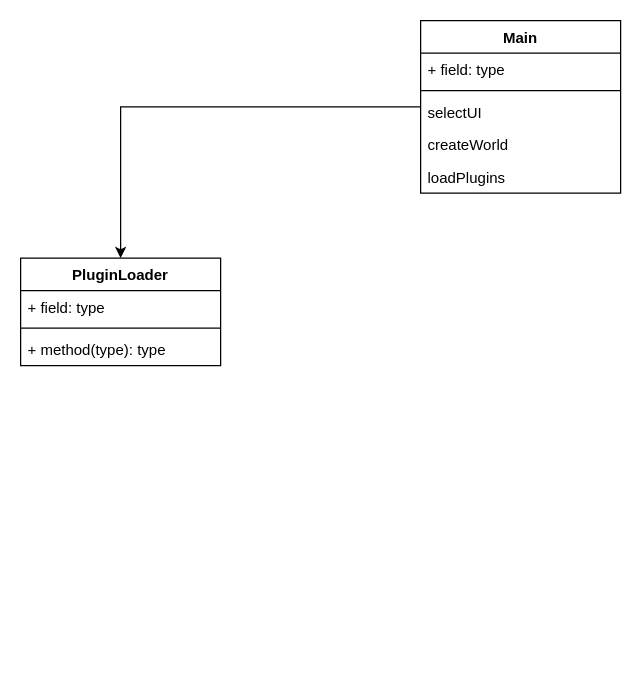
This is Classes.drawio from Vanane/RoguelikeGenerator, a draw.io file, before an edit. Source tidied: cells renumbered, new cells numbered last; positions are measured from the earlier drawing's top-left corner, leaving out a move shared by most shapes. Both pictures are drawn from the tidied source at 125%, with x=0, y=0 at pixel (20, 20).
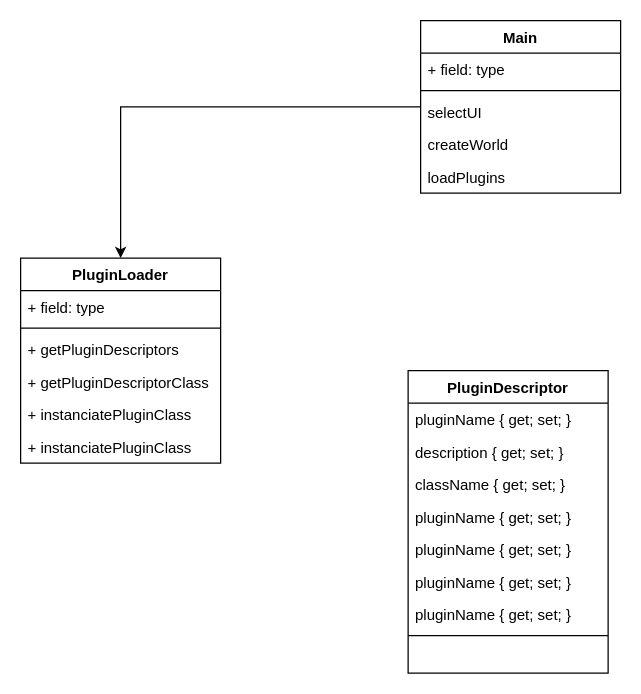
The same page after the edit.

The edit, as a diff of the source:
```diff
@@
     <mxCell id="8" value="PluginLoader" style="swimlane;fontStyle=1;align=center;verticalAlign=top;horizontal=1;startSize=26;" parent="1" vertex="1">
-      <mxGeometry y="190" width="160" height="86" as="geometry" />
+      <mxGeometry y="190" width="160" height="164" as="geometry" />
     </mxCell>
@@
-    <mxCell id="11" value="+ method(type): type" style="text;strokeColor=none;fillColor=none;align=left;verticalAlign=top;spacingLeft=4;spacingRight=4;overflow=hidden;" parent="8" vertex="1">
+    <mxCell id="11" value="+ getPluginDescriptors" style="text;strokeColor=none;fillColor=none;align=left;verticalAlign=top;spacingLeft=4;spacingRight=4;overflow=hidden;" parent="8" vertex="1">
       <mxGeometry y="60" width="160" height="26" as="geometry" />
     </mxCell>
+    <mxCell id="13" value="+ getPluginDescriptorClass" style="text;strokeColor=none;fillColor=none;align=left;verticalAlign=top;spacingLeft=4;spacingRight=4;overflow=hidden;" parent="8" vertex="1">
+      <mxGeometry y="86" width="160" height="26" as="geometry" />
+    </mxCell>
+    <mxCell id="14" value="+ instanciatePluginClass" style="text;strokeColor=none;fillColor=none;align=left;verticalAlign=top;spacingLeft=4;spacingRight=4;overflow=hidden;" parent="8" vertex="1">
+      <mxGeometry y="112" width="160" height="26" as="geometry" />
+    </mxCell>
+    <mxCell id="15" value="+ instanciatePluginClass" style="text;strokeColor=none;fillColor=none;align=left;verticalAlign=top;spacingLeft=4;spacingRight=4;overflow=hidden;" parent="8" vertex="1">
+      <mxGeometry y="138" width="160" height="26" as="geometry" />
+    </mxCell>
@@
+    <mxCell id="16" value="PluginDescriptor" style="swimlane;fontStyle=1;align=center;verticalAlign=top;horizontal=1;startSize=26;" parent="1" vertex="1">
+      <mxGeometry x="310" y="280" width="160" height="242" as="geometry" />
+    </mxCell>
+    <mxCell id="17" value="pluginName { get; set; }" style="text;strokeColor=none;fillColor=none;align=left;verticalAlign=top;spacingLeft=4;spacingRight=4;overflow=hidden;" parent="16" vertex="1">
+      <mxGeometry y="26" width="160" height="26" as="geometry" />
+    </mxCell>
+    <mxCell id="18" value="description { get; set; }" style="text;strokeColor=none;fillColor=none;align=left;verticalAlign=top;spacingLeft=4;spacingRight=4;overflow=hidden;" parent="16" vertex="1">
+      <mxGeometry y="52" width="160" height="26" as="geometry" />
+    </mxCell>
+    <mxCell id="19" value="className { get; set; }" style="text;strokeColor=none;fillColor=none;align=left;verticalAlign=top;spacingLeft=4;spacingRight=4;overflow=hidden;" parent="16" vertex="1">
+      <mxGeometry y="78" width="160" height="26" as="geometry" />
+    </mxCell>
+    <mxCell id="20" value="pluginName { get; set; }" style="text;strokeColor=none;fillColor=none;align=left;verticalAlign=top;spacingLeft=4;spacingRight=4;overflow=hidden;" parent="16" vertex="1">
+      <mxGeometry y="104" width="160" height="26" as="geometry" />
+    </mxCell>
+    <mxCell id="21" value="pluginName { get; set; }" style="text;strokeColor=none;fillColor=none;align=left;verticalAlign=top;spacingLeft=4;spacingRight=4;overflow=hidden;" parent="16" vertex="1">
+      <mxGeometry y="130" width="160" height="26" as="geometry" />
+    </mxCell>
+    <mxCell id="22" value="pluginName { get; set; }" style="text;strokeColor=none;fillColor=none;align=left;verticalAlign=top;spacingLeft=4;spacingRight=4;overflow=hidden;" parent="16" vertex="1">
+      <mxGeometry y="156" width="160" height="26" as="geometry" />
+    </mxCell>
+    <mxCell id="23" value="pluginName { get; set; }" style="text;strokeColor=none;fillColor=none;align=left;verticalAlign=top;spacingLeft=4;spacingRight=4;overflow=hidden;" parent="16" vertex="1">
+      <mxGeometry y="182" width="160" height="26" as="geometry" />
+    </mxCell>
+    <mxCell id="24" style="line;strokeWidth=1;fillColor=none;align=left;verticalAlign=middle;spacingTop=-1;spacingLeft=3;spacingRight=3;labelPosition=right;" parent="16" vertex="1">
+      <mxGeometry y="208" width="160" height="8" as="geometry" />
+    </mxCell>
+    <mxCell id="25" value=" " style="text;strokeColor=none;fillColor=none;align=left;verticalAlign=top;spacingLeft=4;spacingRight=4;overflow=hidden;" parent="16" vertex="1">
+      <mxGeometry y="216" width="160" height="26" as="geometry" />
+    </mxCell>
```
